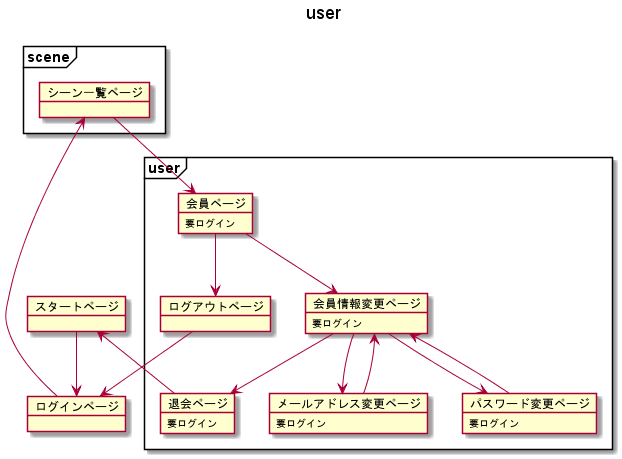
Earlier version of the PlantUML export uml/images/screen-transition-diagram/user.png (s10akir/cocktail).
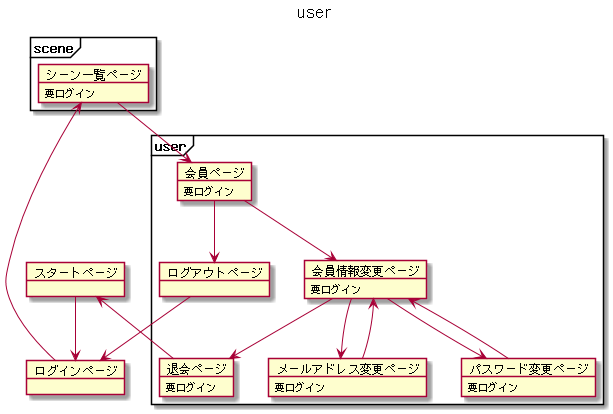
Later version of the same file.

The edit, as a diff of the source:
```diff
@@ -20,6 +20,7 @@
 }
 
 
+シーン一覧ページ : 要ログイン
 会員ページ : 要ログイン
 会員情報変更ページ : 要ログイン
 メールアドレス変更ページ : 要ログイン
```
